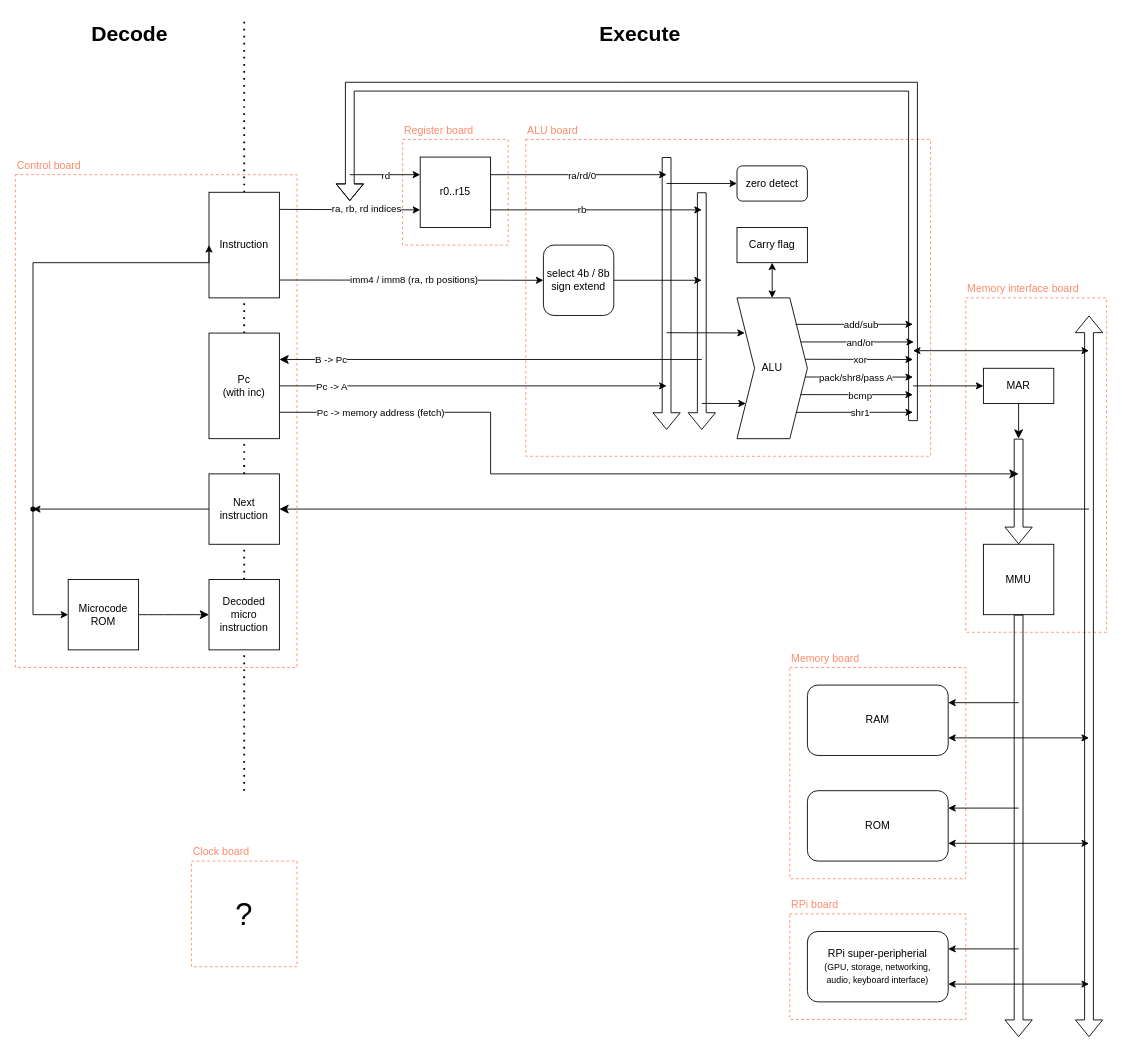
bluecube/pickle_risc keeps this draw.io diagram as block diagram.drawio. Above is the earlier version. Source tidied: cells renumbered, new cells numbered last; positions are measured from the earlier drawing's top-left corner, leaving out a move shared by most shapes. Both pictures are drawn from the tidied source at 88%, with x=0, y=0 at pixel (15, 16).
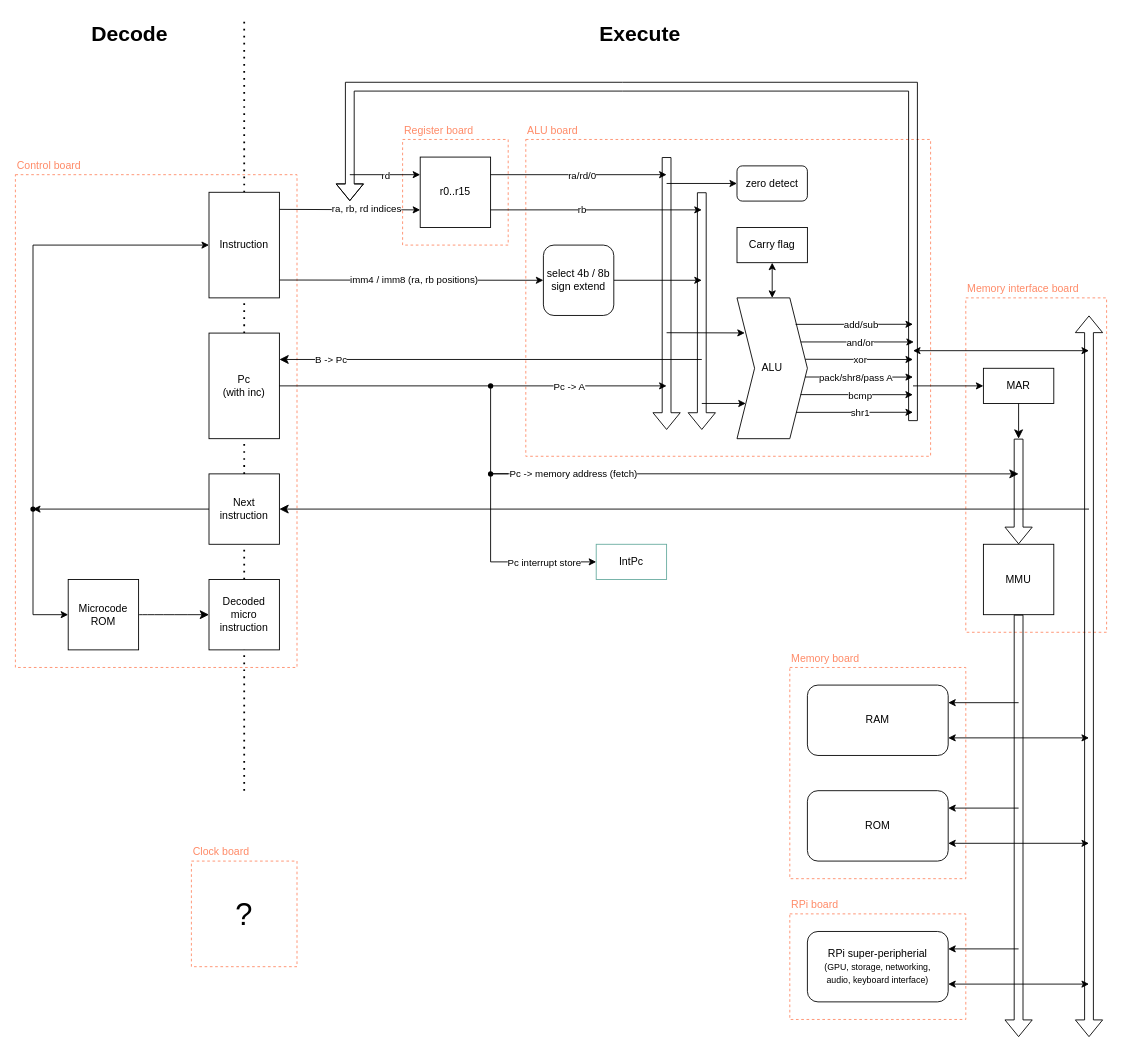
The same diagram, later.

The change refers to these unchanged cells:
```xml
<mxCell id="53" value="Instruction" style="rounded=0;whiteSpace=wrap;html=1;" parent="1" vertex="1">
  <mxGeometry x="220" y="200" width="80" height="120" as="geometry" />
</mxCell>
<mxCell id="61" value="Pc&lt;br&gt;(with inc)" style="rounded=0;whiteSpace=wrap;html=1;" parent="1" vertex="1">
  <mxGeometry x="220" y="360" width="80" height="120" as="geometry" />
</mxCell>
<mxCell id="64" style="shape=waypoint;sketch=0;fillStyle=solid;size=6;points=[];fillColor=none;perimeter=centerPerimeter;snapToPoint=1;" parent="1" vertex="1">
  <mxGeometry x="10" y="550" width="20" height="20" as="geometry" />
</mxCell>
```

What changed in the source:
```diff
@@
-    <mxCell id="40" style="edgeStyle=orthogonalEdgeStyle;shape=connector;rounded=0;jettySize=auto;html=1;exitX=1;exitY=0.75;exitDx=0;exitDy=0;strokeColor=default;align=center;verticalAlign=middle;fontFamily=Helvetica;fontSize=12;fontColor=default;labelBackgroundColor=default;startSize=8;endArrow=classic;endSize=8;" parent="1" edge="1" source="61">
+    <mxCell id="40" style="edgeStyle=orthogonalEdgeStyle;shape=connector;rounded=0;orthogonalLoop=1;jettySize=auto;html=1;strokeColor=default;align=center;verticalAlign=middle;fontFamily=Helvetica;fontSize=12;fontColor=default;labelBackgroundColor=default;startSize=8;endArrow=classic;endSize=8;" parent="1" edge="1">
       <mxGeometry relative="1" as="geometry">
+        <mxPoint x="560" y="519.9" as="sourcePoint" />
         <mxPoint x="1140" y="520" as="targetPoint" />
         <Array as="points">
-          <mxPoint x="540" y="450" />
-          <mxPoint x="540" y="520" />
-          <mxPoint x="1140" y="520" />
+          <mxPoint x="540" y="519.9" />
+          <mxPoint x="540" y="519.9" />
         </Array>
       </mxGeometry>
     </mxCell>
     <mxCell id="41" value="Pc -&amp;gt; memory address (fetch)" style="edgeLabel;html=1;align=left;verticalAlign=middle;" parent="40" vertex="1">
       <mxGeometry x="-0.06" y="-1" relative="1" as="geometry">
-        <mxPoint x="-317" y="-71" as="offset" />
+        <mxPoint x="-251" y="-1" as="offset" />
       </mxGeometry>
     </mxCell>
@@
     <mxCell id="62" style="edgeStyle=orthogonalEdgeStyle;rounded=0;jettySize=auto;html=1;entryX=0;entryY=0.5;entryDx=0;entryDy=0;" parent="1" edge="1" source="64" target="53">
       <mxGeometry relative="1" as="geometry">
         <Array as="points">
-          <mxPoint x="20" y="280" />
+          <mxPoint x="20" y="260" />
         </Array>
       </mxGeometry>
     </mxCell>
@@
-    <mxCell id="87" style="endArrow=classic;html=1;rounded=0;exitX=1;exitY=0.5;exitDx=0;exitDy=0;" parent="1" edge="1" source="61">
+    <mxCell id="87" style="endArrow=classic;html=1;rounded=0;exitX=0.2;exitY=0.95;exitDx=0;exitDy=0;exitPerimeter=0;" parent="1" edge="1" source="91">
       <mxGeometry relative="1" as="geometry">
         <mxPoint x="740" y="420" as="targetPoint" />
       </mxGeometry>
     </mxCell>
     <mxCell id="88" value="Pc -&amp;gt; A" style="edgeLabel;html=1;align=left;verticalAlign=middle;" parent="87" vertex="1">
       <mxGeometry x="-0.34" y="-2" relative="1" as="geometry">
-        <mxPoint x="-105" y="-2" as="offset" />
+        <mxPoint x="4" y="-2" as="offset" />
       </mxGeometry>
     </mxCell>
@@
+    <mxCell id="91" style="shape=waypoint;sketch=0;fillStyle=solid;size=6;points=[];fillColor=none;perimeter=centerPerimeter;snapToPoint=1;" parent="1" vertex="1">
+      <mxGeometry x="530" y="410" width="20" height="20" as="geometry" />
+    </mxCell>
+    <mxCell id="92" style="endArrow=none;html=1;rounded=0;exitX=1;exitY=0.5;exitDx=0;exitDy=0;startFill=0;" parent="1" edge="1" source="61" target="91">
+      <mxGeometry relative="1" as="geometry" />
+    </mxCell>
+    <mxCell id="93" value="IntPc" style="rounded=0;whiteSpace=wrap;html=1;strokeColor=#67AB9F;" parent="1" vertex="1">
+      <mxGeometry x="660" y="600" width="80" height="40" as="geometry" />
+    </mxCell>
+    <mxCell id="94" style="shape=waypoint;sketch=0;fillStyle=solid;size=6;points=[];fillColor=none;perimeter=centerPerimeter;snapToPoint=1;" parent="1" vertex="1">
+      <mxGeometry x="530" y="510" width="20" height="20" as="geometry" />
+    </mxCell>
+    <mxCell id="95" style="endArrow=none;html=1;rounded=0;exitX=1.06;exitY=0.34;exitDx=0;exitDy=0;exitPerimeter=0;" parent="1" edge="1" source="94">
+      <mxGeometry relative="1" as="geometry">
+        <mxPoint x="540" y="420" as="targetPoint" />
+      </mxGeometry>
+    </mxCell>
+    <mxCell id="96" style="endArrow=classic;html=1;rounded=0;entryX=0;entryY=0.5;entryDx=0;entryDy=0;edgeStyle=orthogonalEdgeStyle;" parent="1" edge="1" source="94" target="93">
+      <mxGeometry relative="1" as="geometry">
+        <Array as="points">
+          <mxPoint x="540" y="620" />
+        </Array>
+      </mxGeometry>
+    </mxCell>
+    <mxCell id="97" value="Pc interrupt store" style="edgeLabel;html=1;align=center;verticalAlign=middle;" parent="96" vertex="1">
+      <mxGeometry x="0.38" relative="1" as="geometry">
+        <mxPoint x="8" as="offset" />
+      </mxGeometry>
+    </mxCell>
```
